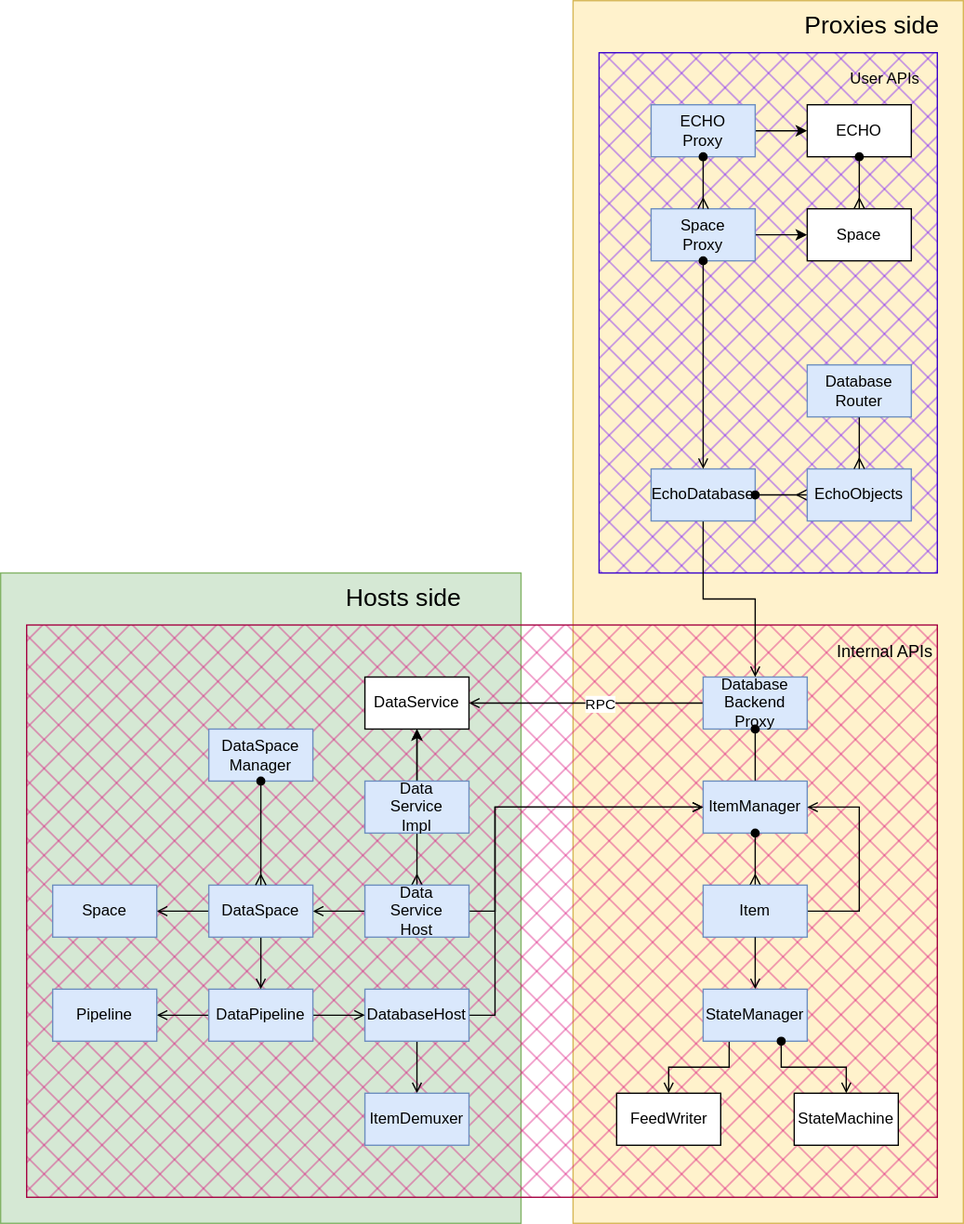
Before: docs/docs/design/diagrams/echo-architecture.drawio.svg, a diagram exported from draw.io (dxos/dxos). Source tidied: cells renumbered, new cells last; positions are measured from the earlier drawing's top-left corner, leaving out a move shared by most shapes.
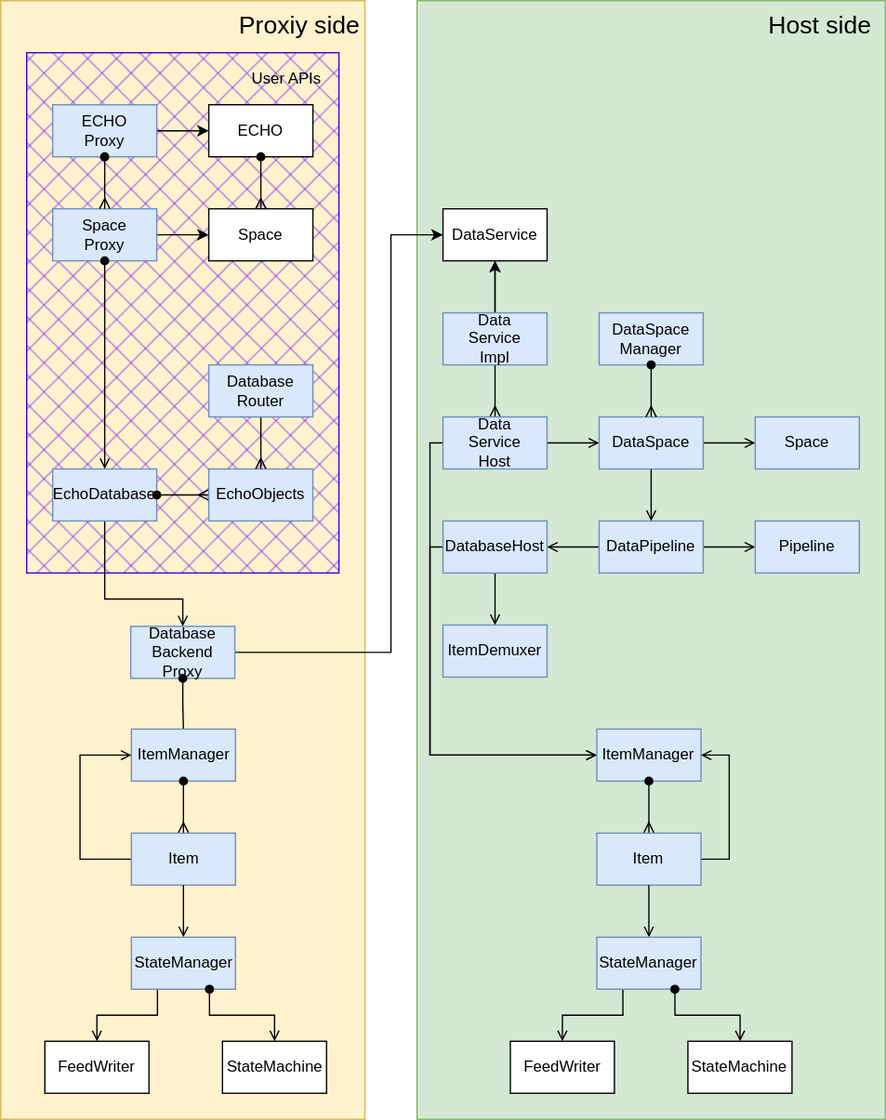
The same diagram one commit later.

What changed in the source:
```diff
@@ -3,69 +3,71 @@
     <mxCell id="0" />
     <mxCell id="1" parent="0" />
     <mxCell id="2" style="whiteSpace=wrap;html=1;fillColor=#fff2cc;strokeColor=#d6b656;fillStyle=solid;glass=0;shadow=0;rounded=0;" parent="1" vertex="1">
-      <mxGeometry x="440" width="300" height="940" as="geometry" />
+      <mxGeometry x="460" width="280" height="860" as="geometry" />
     </mxCell>
     <mxCell id="3" style="whiteSpace=wrap;html=1;fillColor=#6a00ff;strokeColor=#3700CC;fillStyle=cross-hatch;glass=0;shadow=0;rounded=0;fontColor=#ffffff;" parent="1" vertex="1">
-      <mxGeometry x="460" y="40" width="260" height="400" as="geometry" />
+      <mxGeometry x="480" y="40" width="240" height="400" as="geometry" />
     </mxCell>
     <mxCell id="4" style="whiteSpace=wrap;html=1;fillColor=#d5e8d4;strokeColor=#82b366;fillStyle=solid;glass=0;shadow=0;rounded=0;" parent="1" vertex="1">
-      <mxGeometry y="440" width="400" height="500" as="geometry" />
+      <mxGeometry x="780" width="360" height="860" as="geometry" />
     </mxCell>
-    <mxCell id="5" style="whiteSpace=wrap;html=1;fillColor=#d80073;strokeColor=#A50040;fillStyle=cross-hatch;fontColor=#ffffff;" parent="1" vertex="1">
-      <mxGeometry x="20" y="480" width="700" height="440" as="geometry" />
-    </mxCell>
-    <mxCell id="6" style="edgeStyle=orthogonalEdgeStyle;rounded=0;html=1;exitX=0;exitY=0.5;exitDx=0;exitDy=0;entryX=1;entryY=0.5;entryDx=0;entryDy=0;startArrow=none;startFill=0;endArrow=open;endFill=0;" parent="1" edge="1" source="8" target="38">
-      <mxGeometry relative="1" as="geometry" />
+    <mxCell id="6" style="edgeStyle=orthogonalEdgeStyle;html=1;exitX=1;exitY=0.5;exitDx=0;exitDy=0;entryX=0;entryY=0.5;entryDx=0;entryDy=0;rounded=0;" parent="1" edge="1" source="8" target="38">
+      <mxGeometry relative="1" as="geometry">
+        <Array as="points">
+          <mxPoint x="760" y="501" />
+          <mxPoint x="760" y="180" />
+        </Array>
+      </mxGeometry>
     </mxCell>
-    <mxCell id="7" value="RPC" style="edgeLabel;html=1;align=center;verticalAlign=middle;" parent="6" vertex="1">
-      <mxGeometry x="-0.01" y="1" relative="1" as="geometry">
-        <mxPoint x="9" y="-1" as="offset" />
-      </mxGeometry>
-    </mxCell>
     <mxCell id="8" value="Database&lt;br&gt;Backend&lt;br&gt;Proxy" style="whiteSpace=wrap;html=1;fillColor=#dae8fc;strokeColor=#6c8ebf;" parent="1" vertex="1">
-      <mxGeometry x="540" y="520" width="80" height="40" as="geometry" />
+      <mxGeometry x="560" y="481" width="80" height="40" as="geometry" />
     </mxCell>
     <mxCell id="9" style="edgeStyle=orthogonalEdgeStyle;rounded=0;html=1;exitX=0.5;exitY=1;exitDx=0;exitDy=0;entryX=0.5;entryY=0;entryDx=0;entryDy=0;startArrow=oval;startFill=1;endArrow=none;endFill=0;" parent="1" edge="1" source="8" target="10">
       <mxGeometry relative="1" as="geometry" />
     </mxCell>
     <mxCell id="10" value="ItemManager" style="whiteSpace=wrap;html=1;fillColor=#dae8fc;strokeColor=#6c8ebf;" parent="1" vertex="1">
-      <mxGeometry x="540" y="600" width="80" height="40" as="geometry" />
+      <mxGeometry x="560.5" y="560" width="80" height="40" as="geometry" />
     </mxCell>
     <mxCell id="11" style="edgeStyle=orthogonalEdgeStyle;html=1;exitX=0.5;exitY=1;exitDx=0;exitDy=0;startArrow=oval;startFill=1;endArrow=ERmany;endFill=0;" parent="1" edge="1" source="10">
       <mxGeometry relative="1" as="geometry">
-        <mxPoint x="580" y="680" as="targetPoint" />
+        <mxPoint x="600.5" y="640" as="targetPoint" />
       </mxGeometry>
     </mxCell>
-    <mxCell id="12" style="edgeStyle=orthogonalEdgeStyle;html=1;exitX=1;exitY=0.5;exitDx=0;exitDy=0;entryX=1;entryY=0.5;entryDx=0;entryDy=0;startArrow=none;startFill=0;endArrow=open;endFill=0;rounded=0;" parent="1" edge="1" source="13" target="10">
+    <mxCell id="12" style="edgeStyle=orthogonalEdgeStyle;html=1;exitX=0;exitY=0.5;exitDx=0;exitDy=0;entryX=0;entryY=0.5;entryDx=0;entryDy=0;startArrow=none;startFill=0;endArrow=open;endFill=0;rounded=0;" parent="1" edge="1" source="13" target="10">
       <mxGeometry relative="1" as="geometry">
         <Array as="points">
-          <mxPoint x="660" y="700" />
-          <mxPoint x="660" y="620" />
+          <mxPoint x="521" y="660" />
+          <mxPoint x="521" y="580" />
         </Array>
       </mxGeometry>
     </mxCell>
     <mxCell id="13" value="Item" style="whiteSpace=wrap;html=1;fillColor=#dae8fc;strokeColor=#6c8ebf;" parent="1" vertex="1">
-      <mxGeometry x="540" y="680" width="80" height="40" as="geometry" />
+      <mxGeometry x="560.5" y="640" width="80" height="40" as="geometry" />
     </mxCell>
     <mxCell id="14" style="edgeStyle=orthogonalEdgeStyle;html=1;startArrow=none;startFill=0;endArrow=open;endFill=0;" parent="1" edge="1" source="13">
       <mxGeometry relative="1" as="geometry">
-        <mxPoint x="580" y="760" as="targetPoint" />
+        <mxPoint x="600.5" y="720" as="targetPoint" />
       </mxGeometry>
     </mxCell>
     <mxCell id="15" style="edgeStyle=orthogonalEdgeStyle;rounded=0;html=1;exitX=0.25;exitY=1;exitDx=0;exitDy=0;entryX=0.5;entryY=0;entryDx=0;entryDy=0;endArrow=open;endFill=0;" parent="1" edge="1" source="16" target="18">
       <mxGeometry relative="1" as="geometry" />
     </mxCell>
     <mxCell id="16" value="StateManager" style="whiteSpace=wrap;html=1;fillColor=#dae8fc;strokeColor=#6c8ebf;" parent="1" vertex="1">
-      <mxGeometry x="540" y="760" width="80" height="40" as="geometry" />
+      <mxGeometry x="560.5" y="720" width="80" height="40" as="geometry" />
     </mxCell>
     <mxCell id="17" value="StateMachine" style="whiteSpace=wrap;html=1;" parent="1" vertex="1">
-      <mxGeometry x="610" y="840" width="80" height="40" as="geometry" />
+      <mxGeometry x="630.5" y="800" width="80" height="40" as="geometry" />
     </mxCell>
     <mxCell id="18" value="FeedWriter" style="whiteSpace=wrap;html=1;" parent="1" vertex="1">
-      <mxGeometry x="473.5" y="840" width="80" height="40" as="geometry" />
+      <mxGeometry x="494" y="800" width="80" height="40" as="geometry" />
     </mxCell>
     <mxCell id="19" style="edgeStyle=orthogonalEdgeStyle;rounded=0;html=1;exitX=0.5;exitY=1;exitDx=0;exitDy=0;entryX=0.5;entryY=0;entryDx=0;entryDy=0;startArrow=none;startFill=0;endArrow=open;endFill=0;" parent="1" edge="1" source="20" target="8">
-      <mxGeometry relative="1" as="geometry" />
+      <mxGeometry relative="1" as="geometry">
+        <Array as="points">
+          <mxPoint x="540" y="460" />
+          <mxPoint x="600" y="460" />
+        </Array>
+      </mxGeometry>
     </mxCell>
     <mxCell id="20" value="EchoDatabase" style="whiteSpace=wrap;html=1;fillColor=#dae8fc;strokeColor=#6c8ebf;" parent="1" vertex="1">
       <mxGeometry x="500" y="360" width="80" height="40" as="geometry" />
@@ -121,28 +123,19 @@
     <mxCell id="34" style="edgeStyle=none;html=1;exitX=0.5;exitY=1;exitDx=0;exitDy=0;startArrow=oval;startFill=1;endArrow=open;endFill=0;" parent="1" edge="1" source="27" target="20">
       <mxGeometry relative="1" as="geometry" />
     </mxCell>
-    <mxCell id="35" style="edgeStyle=orthogonalEdgeStyle;html=1;exitX=1;exitY=0.5;exitDx=0;exitDy=0;entryX=0;entryY=0.5;entryDx=0;entryDy=0;startArrow=none;startFill=0;endArrow=open;endFill=0;rounded=0;" parent="1" edge="1" source="44" target="10">
+    <mxCell id="35" style="edgeStyle=orthogonalEdgeStyle;html=1;exitX=0;exitY=0.5;exitDx=0;exitDy=0;startArrow=none;startFill=0;endArrow=open;endFill=0;rounded=0;entryX=0;entryY=0.5;entryDx=0;entryDy=0;" parent="1" edge="1" source="44" target="63">
       <mxGeometry relative="1" as="geometry">
         <Array as="points">
-          <mxPoint x="380" y="700" />
-          <mxPoint x="380" y="620" />
+          <mxPoint x="790" y="340" />
+          <mxPoint x="790" y="580" />
         </Array>
       </mxGeometry>
     </mxCell>
-    <mxCell id="36" style="edgeStyle=orthogonalEdgeStyle;rounded=0;html=1;exitX=1;exitY=0.5;exitDx=0;exitDy=0;endArrow=open;endFill=0;" parent="1" edge="1" source="46">
-      <mxGeometry relative="1" as="geometry">
-        <mxPoint x="540" y="620" as="targetPoint" />
-        <Array as="points">
-          <mxPoint x="380" y="780" />
-          <mxPoint x="380" y="620" />
-        </Array>
-      </mxGeometry>
-    </mxCell>
     <mxCell id="37" style="edgeStyle=orthogonalEdgeStyle;rounded=0;html=1;exitX=0.75;exitY=1;exitDx=0;exitDy=0;endArrow=open;endFill=0;startArrow=oval;startFill=1;" parent="1" edge="1" source="16" target="17">
       <mxGeometry relative="1" as="geometry" />
     </mxCell>
     <mxCell id="38" value="DataService" style="whiteSpace=wrap;html=1;" parent="1" vertex="1">
-      <mxGeometry x="280" y="520" width="80" height="40" as="geometry" />
+      <mxGeometry x="800" y="160" width="80" height="40" as="geometry" />
     </mxCell>
     <mxCell id="39" style="edgeStyle=none;html=1;exitX=0.5;exitY=0;exitDx=0;exitDy=0;entryX=0.5;entryY=1;entryDx=0;entryDy=0;startArrow=none;startFill=0;endArrow=open;endFill=0;" parent="1" edge="1" source="42" target="38">
       <mxGeometry relative="1" as="geometry" />
@@ -154,68 +147,100 @@
       <mxGeometry relative="1" as="geometry" />
     </mxCell>
     <mxCell id="42" value="Data&lt;br&gt;Service&lt;br&gt;Impl" style="whiteSpace=wrap;html=1;fillColor=#dae8fc;strokeColor=#6c8ebf;" parent="1" vertex="1">
-      <mxGeometry x="280" y="600" width="80" height="40" as="geometry" />
+      <mxGeometry x="800" y="240" width="80" height="40" as="geometry" />
     </mxCell>
-    <mxCell id="43" style="edgeStyle=orthogonalEdgeStyle;rounded=0;html=1;exitX=0;exitY=0.5;exitDx=0;exitDy=0;entryX=1;entryY=0.5;entryDx=0;entryDy=0;startArrow=none;startFill=0;endArrow=open;endFill=0;" parent="1" edge="1" source="44" target="52">
+    <mxCell id="43" style="edgeStyle=orthogonalEdgeStyle;rounded=0;html=1;exitX=1;exitY=0.5;exitDx=0;exitDy=0;entryX=0;entryY=0.5;entryDx=0;entryDy=0;startArrow=none;startFill=0;endArrow=open;endFill=0;" parent="1" edge="1" source="44" target="52">
       <mxGeometry relative="1" as="geometry" />
     </mxCell>
     <mxCell id="44" value="Data&lt;br&gt;Service&lt;br&gt;Host" style="whiteSpace=wrap;html=1;fillColor=#dae8fc;strokeColor=#6c8ebf;" parent="1" vertex="1">
-      <mxGeometry x="280" y="680" width="80" height="40" as="geometry" />
+      <mxGeometry x="800" y="320" width="80" height="40" as="geometry" />
     </mxCell>
     <mxCell id="45" style="edgeStyle=orthogonalEdgeStyle;rounded=0;html=1;exitX=0.5;exitY=1;exitDx=0;exitDy=0;entryX=0.5;entryY=0;entryDx=0;entryDy=0;endArrow=open;endFill=0;" parent="1" edge="1" source="46" target="56">
       <mxGeometry relative="1" as="geometry" />
     </mxCell>
+    <mxCell id="61" style="edgeStyle=orthogonalEdgeStyle;rounded=0;html=1;exitX=0;exitY=0.5;exitDx=0;exitDy=0;entryX=0;entryY=0.5;entryDx=0;entryDy=0;endArrow=open;endFill=0;" parent="1" edge="1" source="46" target="63">
+      <mxGeometry relative="1" as="geometry" />
+    </mxCell>
     <mxCell id="46" value="DatabaseHost" style="whiteSpace=wrap;html=1;fillColor=#dae8fc;strokeColor=#6c8ebf;" parent="1" vertex="1">
-      <mxGeometry x="280" y="760" width="80" height="40" as="geometry" />
+      <mxGeometry x="800" y="400" width="80" height="40" as="geometry" />
     </mxCell>
+    <mxCell id="62" style="edgeStyle=orthogonalEdgeStyle;rounded=0;html=1;exitX=1;exitY=0.5;exitDx=0;exitDy=0;entryX=0;entryY=0.5;entryDx=0;entryDy=0;endArrow=open;endFill=0;" parent="1" edge="1" source="49" target="57">
+      <mxGeometry relative="1" as="geometry" />
+    </mxCell>
-    <mxCell id="47" style="edgeStyle=none;html=1;exitX=1;exitY=0.5;exitDx=0;exitDy=0;entryX=0;entryY=0.5;entryDx=0;entryDy=0;endArrow=open;endFill=0;" parent="1" edge="1" source="49" target="46">
+    <mxCell id="47" style="edgeStyle=orthogonalEdgeStyle;rounded=0;html=1;exitX=0;exitY=0.5;exitDx=0;exitDy=0;endArrow=open;endFill=0;" parent="1" edge="1" source="49" target="46">
       <mxGeometry relative="1" as="geometry" />
     </mxCell>
-    <mxCell id="48" style="edgeStyle=orthogonalEdgeStyle;rounded=0;html=1;exitX=0;exitY=0.5;exitDx=0;exitDy=0;endArrow=open;endFill=0;" parent="1" edge="1" source="49">
-      <mxGeometry relative="1" as="geometry">
-        <mxPoint x="120" y="780" as="targetPoint" />
-      </mxGeometry>
-    </mxCell>
     <mxCell id="49" value="DataPipeline" style="whiteSpace=wrap;html=1;fillColor=#dae8fc;strokeColor=#6c8ebf;" parent="1" vertex="1">
-      <mxGeometry x="160" y="760" width="80" height="40" as="geometry" />
+      <mxGeometry x="920" y="400" width="80" height="40" as="geometry" />
     </mxCell>
     <mxCell id="50" style="edgeStyle=none;html=1;exitX=0.5;exitY=1;exitDx=0;exitDy=0;entryX=0.5;entryY=0;entryDx=0;entryDy=0;endArrow=open;endFill=0;" parent="1" edge="1" source="52" target="49">
       <mxGeometry relative="1" as="geometry" />
     </mxCell>
-    <mxCell id="51" style="edgeStyle=orthogonalEdgeStyle;rounded=0;html=1;exitX=0;exitY=0.5;exitDx=0;exitDy=0;endArrow=open;endFill=0;" parent="1" edge="1" source="52" target="53">
+    <mxCell id="51" style="edgeStyle=orthogonalEdgeStyle;rounded=0;html=1;exitX=1;exitY=0.5;exitDx=0;exitDy=0;endArrow=open;endFill=0;" parent="1" edge="1" source="52" target="53">
       <mxGeometry relative="1" as="geometry" />
     </mxCell>
     <mxCell id="52" value="DataSpace" style="whiteSpace=wrap;html=1;fillColor=#dae8fc;strokeColor=#6c8ebf;" parent="1" vertex="1">
-      <mxGeometry x="160" y="680" width="80" height="40" as="geometry" />
+      <mxGeometry x="920" y="320" width="80" height="40" as="geometry" />
     </mxCell>
     <mxCell id="53" value="Space" style="whiteSpace=wrap;html=1;fillColor=#dae8fc;strokeColor=#6c8ebf;" parent="1" vertex="1">
-      <mxGeometry x="40" y="680" width="80" height="40" as="geometry" />
+      <mxGeometry x="1040" y="320" width="80" height="40" as="geometry" />
     </mxCell>
     <mxCell id="54" value="DataSpace&lt;br&gt;Manager" style="whiteSpace=wrap;html=1;fillColor=#dae8fc;strokeColor=#6c8ebf;" parent="1" vertex="1">
-      <mxGeometry x="160" y="560" width="80" height="40" as="geometry" />
+      <mxGeometry x="920" y="240" width="80" height="40" as="geometry" />
     </mxCell>
     <mxCell id="55" style="edgeStyle=orthogonalEdgeStyle;rounded=0;html=1;exitX=0.5;exitY=1;exitDx=0;exitDy=0;startArrow=oval;startFill=1;endArrow=ERmany;endFill=0;" parent="1" edge="1" source="54" target="52">
-      <mxGeometry relative="1" as="geometry">
-        <Array as="points">
-          <mxPoint x="200" y="620" />
-          <mxPoint x="200" y="620" />
-        </Array>
-      </mxGeometry>
+      <mxGeometry relative="1" as="geometry" />
     </mxCell>
     <mxCell id="56" value="ItemDemuxer" style="whiteSpace=wrap;html=1;fillColor=#dae8fc;strokeColor=#6c8ebf;" parent="1" vertex="1">
-      <mxGeometry x="280" y="840" width="80" height="40" as="geometry" />
+      <mxGeometry x="800" y="480" width="80" height="40" as="geometry" />
     </mxCell>
     <mxCell id="57" value="Pipeline" style="whiteSpace=wrap;html=1;fillColor=#dae8fc;strokeColor=#6c8ebf;" parent="1" vertex="1">
-      <mxGeometry x="40" y="760" width="80" height="40" as="geometry" />
+      <mxGeometry x="1040" y="400" width="80" height="40" as="geometry" />
     </mxCell>
-    <mxCell id="58" value="&lt;font style=&quot;font-size: 13px;&quot;&gt;Internal APIs&lt;/font&gt;" style="text;strokeColor=none;align=center;fillColor=none;html=1;verticalAlign=middle;whiteSpace=wrap;rounded=0;fontFamily=Helvetica;fontSize=12;fontColor=default;" parent="1" vertex="1">
-      <mxGeometry x="640" y="480" width="80" height="40" as="geometry" />
-    </mxCell>
-    <mxCell id="59" value="&lt;font style=&quot;font-size: 19px;&quot;&gt;Proxies side&lt;/font&gt;" style="text;strokeColor=none;align=center;fillColor=none;html=1;verticalAlign=middle;whiteSpace=wrap;rounded=0;fontFamily=Helvetica;fontSize=12;fontColor=default;" parent="1" vertex="1">
-      <mxGeometry x="600" width="140" height="40" as="geometry" />
+    <mxCell id="59" value="&lt;font style=&quot;font-size: 19px;&quot;&gt;Proxiy side&lt;/font&gt;" style="text;strokeColor=none;align=center;fillColor=none;html=1;verticalAlign=middle;whiteSpace=wrap;rounded=0;fontFamily=Helvetica;fontSize=12;fontColor=default;" parent="1" vertex="1">
+      <mxGeometry x="640" width="100" height="40" as="geometry" />
     </mxCell>
-    <mxCell id="60" value="&lt;font style=&quot;font-size: 19px;&quot;&gt;Hosts side&lt;/font&gt;" style="text;strokeColor=none;align=center;fillColor=none;html=1;verticalAlign=middle;whiteSpace=wrap;rounded=0;fontFamily=Helvetica;fontSize=12;fontColor=default;" parent="1" vertex="1">
-      <mxGeometry x="260" y="440" width="100" height="40" as="geometry" />
+    <mxCell id="60" value="&lt;font style=&quot;font-size: 19px;&quot;&gt;Host side&lt;/font&gt;" style="text;strokeColor=none;align=center;fillColor=none;html=1;verticalAlign=middle;whiteSpace=wrap;rounded=0;fontFamily=Helvetica;fontSize=12;fontColor=default;" parent="1" vertex="1">
+      <mxGeometry x="1040" width="100" height="40" as="geometry" />
     </mxCell>
+    <mxCell id="63" value="ItemManager" style="whiteSpace=wrap;html=1;fillColor=#dae8fc;strokeColor=#6c8ebf;" parent="1" vertex="1">
+      <mxGeometry x="918.2" y="560" width="80" height="40" as="geometry" />
+    </mxCell>
+    <mxCell id="64" style="edgeStyle=orthogonalEdgeStyle;html=1;exitX=0.5;exitY=1;exitDx=0;exitDy=0;startArrow=oval;startFill=1;endArrow=ERmany;endFill=0;" parent="1" edge="1" source="63">
+      <mxGeometry relative="1" as="geometry">
+        <mxPoint x="958.2" y="640" as="targetPoint" />
+      </mxGeometry>
+    </mxCell>
+    <mxCell id="65" style="edgeStyle=orthogonalEdgeStyle;rounded=0;html=1;exitX=1;exitY=0.5;exitDx=0;exitDy=0;entryX=1;entryY=0.5;entryDx=0;entryDy=0;endArrow=open;endFill=0;" parent="1" edge="1" source="66" target="63">
+      <mxGeometry relative="1" as="geometry">
+        <Array as="points">
+          <mxPoint x="1020" y="660" />
+          <mxPoint x="1020" y="580" />
+        </Array>
+      </mxGeometry>
+    </mxCell>
+    <mxCell id="66" value="Item" style="whiteSpace=wrap;html=1;fillColor=#dae8fc;strokeColor=#6c8ebf;" parent="1" vertex="1">
+      <mxGeometry x="918.2" y="640" width="80" height="40" as="geometry" />
+    </mxCell>
+    <mxCell id="67" style="edgeStyle=orthogonalEdgeStyle;html=1;startArrow=none;startFill=0;endArrow=open;endFill=0;" parent="1" edge="1" source="66">
+      <mxGeometry relative="1" as="geometry">
+        <mxPoint x="958.2" y="720" as="targetPoint" />
+      </mxGeometry>
+    </mxCell>
+    <mxCell id="68" style="edgeStyle=orthogonalEdgeStyle;rounded=0;html=1;exitX=0.25;exitY=1;exitDx=0;exitDy=0;entryX=0.5;entryY=0;entryDx=0;entryDy=0;endArrow=open;endFill=0;" parent="1" edge="1" source="69" target="71">
+      <mxGeometry relative="1" as="geometry" />
+    </mxCell>
+    <mxCell id="69" value="StateManager" style="whiteSpace=wrap;html=1;fillColor=#dae8fc;strokeColor=#6c8ebf;" parent="1" vertex="1">
+      <mxGeometry x="918.2" y="720" width="80" height="40" as="geometry" />
+    </mxCell>
+    <mxCell id="70" value="StateMachine" style="whiteSpace=wrap;html=1;" parent="1" vertex="1">
+      <mxGeometry x="988.2" y="800" width="80" height="40" as="geometry" />
+    </mxCell>
+    <mxCell id="71" value="FeedWriter" style="whiteSpace=wrap;html=1;" parent="1" vertex="1">
+      <mxGeometry x="851.8" y="800" width="80" height="40" as="geometry" />
+    </mxCell>
+    <mxCell id="72" style="edgeStyle=orthogonalEdgeStyle;rounded=0;html=1;exitX=0.75;exitY=1;exitDx=0;exitDy=0;endArrow=open;endFill=0;startArrow=oval;startFill=1;" parent="1" edge="1" source="69" target="70">
+      <mxGeometry relative="1" as="geometry" />
+    </mxCell>
   </root>
 </mxGraphModel>
```
